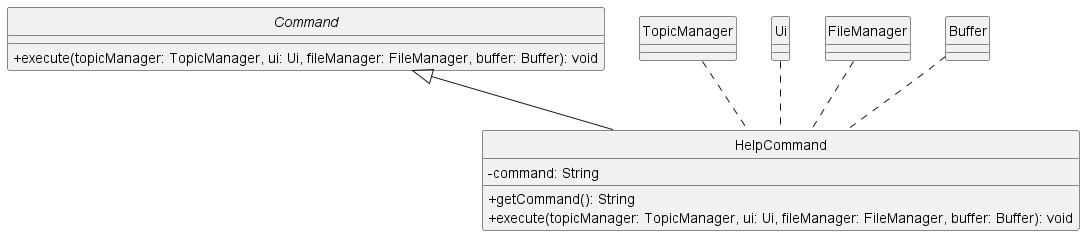
Earlier version of the PlantUML export docs/class-diagrams/diagrams/HelpCommand.png (ong-ck/tp).
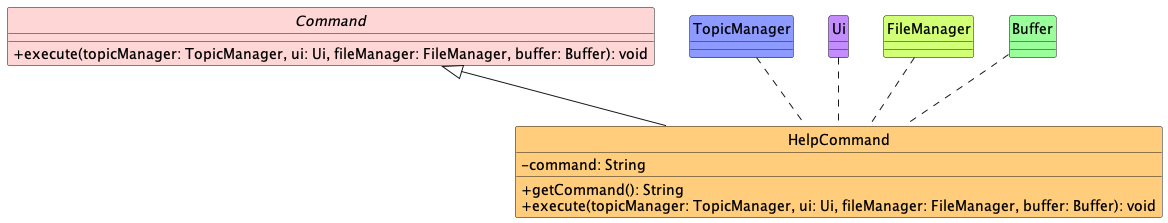
The same file after the commit.

Commit message:
Add color to sequence and class diagrams

The edit, as a diff of the source:
```diff
@@ -1,27 +1,28 @@
 @startuml
+!include ../../style.iuml
 skinparam classAttributeIconSize 0
 hide circle
 
-abstract class Command {
+abstract class Command Command_STYLE {
     +execute(topicManager: TopicManager, ui: Ui, fileManager: FileManager, buffer: Buffer): void
 }
 
-class HelpCommand {
+class HelpCommand HelpCommand_STYLE {
     -command: String
     +getCommand(): String
     +execute(topicManager: TopicManager, ui: Ui, fileManager: FileManager, buffer: Buffer): void
 }
 
-class TopicManager {
+class TopicManager TopicManager_STYLE {
 }
 
-class Ui {
+class Ui Ui_STYLE {
 }
 
-class FileManager {
+class FileManager FileManager_STYLE {
 }
 
-class Buffer {
+class Buffer Buffer_STYLE {
 }
 
 Command <|-- HelpCommand
```
